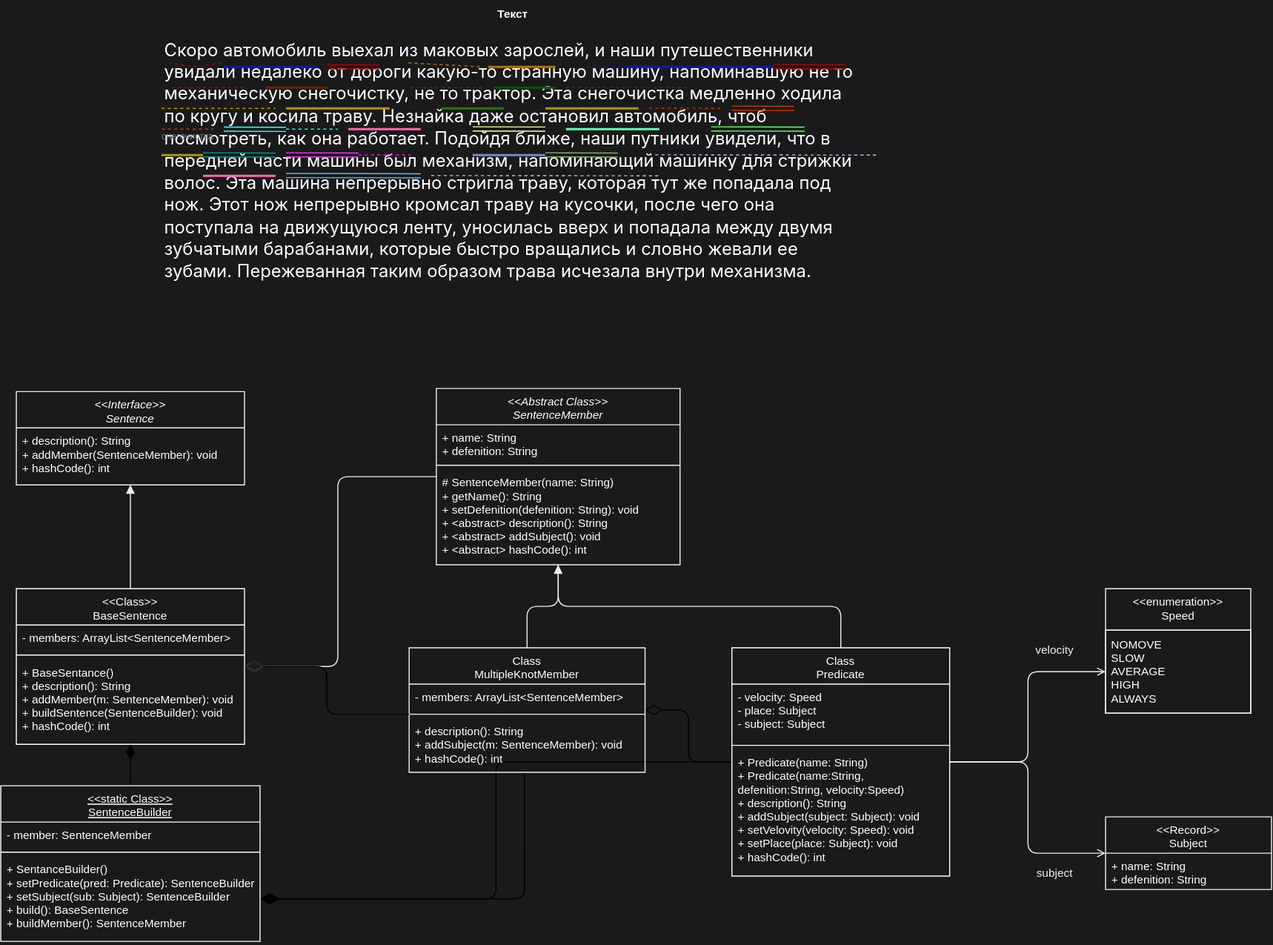
The draw.io diagram Programming/Lab3/scheme/Scheme.svg in Dmitrylesnoy/ITMO-study-labs, before a commit. Source tidied: cells renumbered, new cells last; positions are measured from the earlier drawing's top-left corner, leaving out a move shared by most shapes.
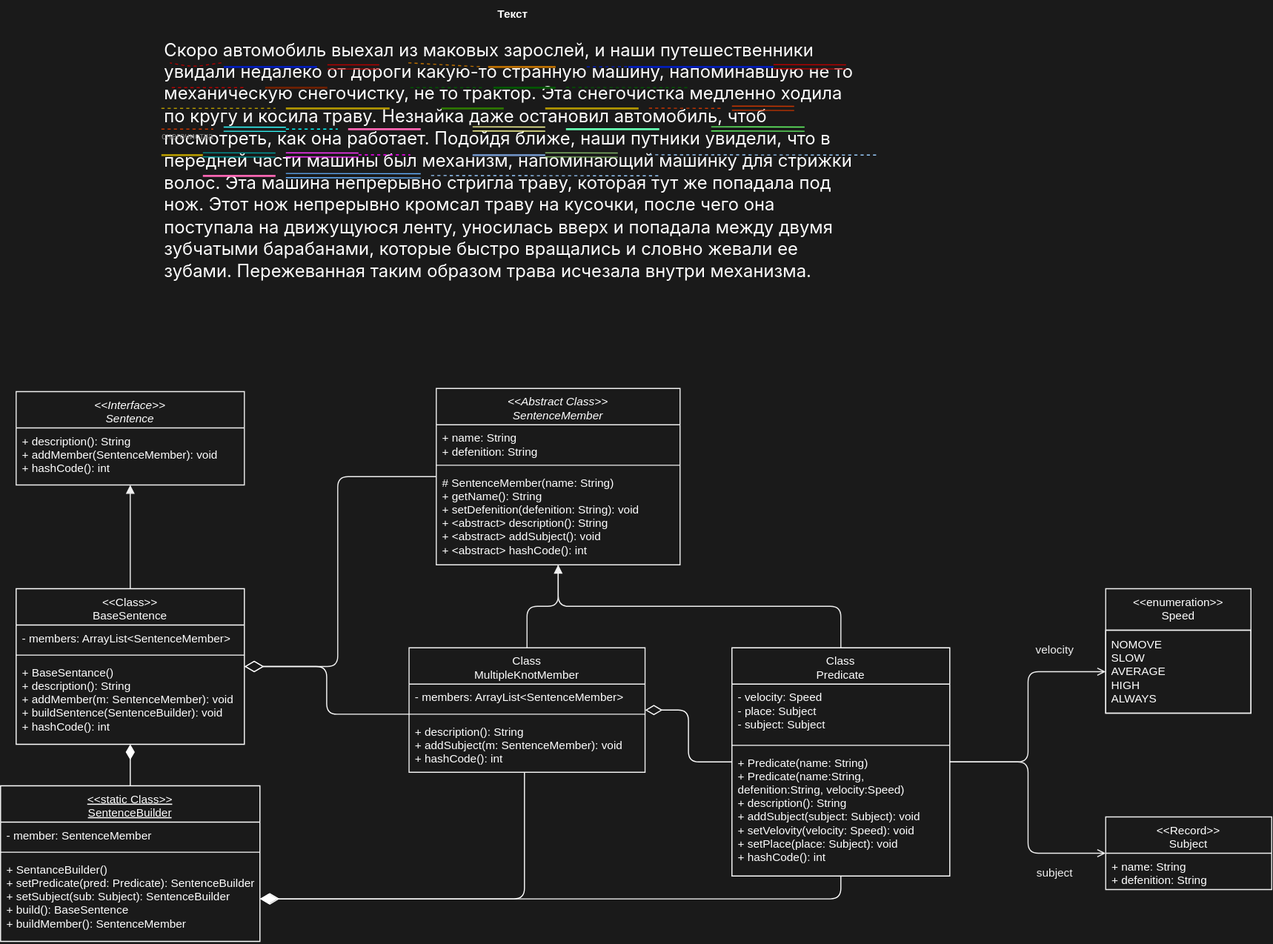
The same diagram one commit later.

Diff of the diagram source:
```diff
@@ -208,11 +208,15 @@
         <mxPoint x="22" y="19" as="offset" />
       </mxGeometry>
     </mxCell>
-    <mxCell id="48" style="edgeStyle=orthogonalEdgeStyle;html=1;endArrow=diamondThin;endFill=0;jumpSize=10;endSize=14;" parent="1" edge="1" source="50" target="69">
+    <mxCell id="48" style="edgeStyle=orthogonalEdgeStyle;html=1;endArrow=diamondThin;endFill=0;jumpSize=10;endSize=14;strokeColor=#FFFFFF;" parent="1" edge="1" source="50" target="69">
       <mxGeometry relative="1" as="geometry" />
     </mxCell>
-    <mxCell id="49" style="edgeStyle=orthogonalEdgeStyle;jumpSize=10;html=1;endArrow=diamondThin;endFill=0;startSize=16;endSize=16;" parent="1" edge="1" source="50" target="77">
-      <mxGeometry relative="1" as="geometry" />
+    <mxCell id="49" style="edgeStyle=orthogonalEdgeStyle;jumpSize=10;html=1;endArrow=diamondThin;endFill=0;startSize=16;endSize=16;strokeColor=#FFFFFF;" parent="1" edge="1" source="50" target="77">
+      <mxGeometry relative="1" as="geometry">
+        <Array as="points">
+          <mxPoint x="810" y="856" />
+        </Array>
+      </mxGeometry>
     </mxCell>
     <mxCell id="50" value="Class&#10;Predicate" style="swimlane;fontStyle=0;align=center;verticalAlign=top;horizontal=1;startSize=35;rounded=0;shadow=0;glass=0;labelBackgroundColor=none;strokeColor=#FFFFFF;fontSize=11;fontColor=#FFFFFF;fillColor=none;gradientColor=none;" parent="1" vertex="1">
       <mxGeometry x="705" y="614" width="210" height="220" as="geometry" />
@@ -277,7 +281,7 @@
     <mxCell id="67" value="+ BaseSentance()&#10;+ description(): String&#10;+ addMember(m: SentenceMember): void&#10;+ buildSentence(SentenceBuilder): void&#10;+ hashCode(): int" style="text;strokeColor=none;fillColor=none;align=left;verticalAlign=top;spacingLeft=4;spacingRight=4;overflow=hidden;rounded=0;shadow=0;glass=0;labelBackgroundColor=none;fontSize=11;fontColor=#FFFFFF;" parent="64" vertex="1">
       <mxGeometry y="68" width="220" height="82" as="geometry" />
     </mxCell>
-    <mxCell id="68" style="edgeStyle=orthogonalEdgeStyle;jumpSize=10;html=1;endArrow=diamondThin;endFill=1;endSize=14;exitX=0.489;exitY=1;exitDx=0;exitDy=0;exitPerimeter=0;" parent="1" edge="1" source="72" target="77">
+    <mxCell id="68" style="edgeStyle=orthogonalEdgeStyle;jumpSize=10;html=1;endArrow=diamondThin;endFill=1;endSize=14;exitX=0.489;exitY=1;exitDx=0;exitDy=0;exitPerimeter=0;strokeColor=#FFFFFF;" parent="1" edge="1" source="72" target="77">
       <mxGeometry relative="1" as="geometry" />
     </mxCell>
     <mxCell id="69" value="Class&#10;MultipleKnotMember" style="swimlane;fontStyle=0;align=center;verticalAlign=top;horizontal=1;startSize=35;rounded=0;shadow=0;glass=0;labelBackgroundColor=none;strokeColor=#F0F0F0;fontSize=11;fontColor=#FFFFFF;fillColor=none;gradientColor=none;" parent="1" vertex="1">
@@ -292,7 +296,7 @@
     <mxCell id="72" value="+ description(): String&#10;+ addSubject(m: SentenceMember): void&#10;+ hashCode(): int" style="text;strokeColor=none;fillColor=none;align=left;verticalAlign=top;spacingLeft=4;spacingRight=4;overflow=hidden;points=[[0,0.5],[1,0.5]];portConstraint=eastwest;rounded=0;shadow=0;glass=0;labelBackgroundColor=none;fontSize=11;fontColor=#FFFFFF;" parent="69" vertex="1">
       <mxGeometry y="68" width="227.5" height="52" as="geometry" />
     </mxCell>
-    <mxCell id="73" style="edgeStyle=none;html=1;endArrow=diamondThin;endFill=1;jumpSize=7;endSize=12;" parent="1" edge="1" source="74" target="64">
+    <mxCell id="73" style="edgeStyle=none;html=1;endArrow=diamondThin;endFill=1;jumpSize=7;endSize=12;strokeColor=#FFFFFF;" parent="1" edge="1" source="74" target="64">
       <mxGeometry relative="1" as="geometry" />
     </mxCell>
     <mxCell id="74" value="&lt;&lt;static Class&gt;&gt;&#10;SentenceBuilder" style="swimlane;fontStyle=4;align=center;verticalAlign=top;horizontal=1;startSize=35;rounded=0;shadow=0;glass=0;labelBackgroundColor=none;strokeColor=#FFFFFF;fontSize=11;fontColor=#FFFFFF;fillColor=none;gradientColor=none;" parent="1" vertex="1">
@@ -307,7 +311,7 @@
     <mxCell id="77" value="+ SentanceBuilder()&#10;+ setPredicate(pred: Predicate): SentenceBuilder&#10;+ setSubject(sub: Subject): SentenceBuilder&#10;+ build(): BaseSentence&#10;+ buildMember(): SentenceMember&#10;" style="text;strokeColor=none;fillColor=none;align=left;verticalAlign=top;spacingLeft=4;spacingRight=4;overflow=hidden;points=[[0,0.5],[1,0.5]];portConstraint=eastwest;rounded=0;shadow=0;glass=0;labelBackgroundColor=none;fontSize=11;fontColor=#FFFFFF;" parent="74" vertex="1">
       <mxGeometry y="68" width="250" height="82" as="geometry" />
     </mxCell>
-    <mxCell id="78" style="edgeStyle=orthogonalEdgeStyle;jumpSize=10;html=1;endArrow=diamondThin;endFill=0;endSize=16;startSize=16;" parent="1" edge="1" source="71" target="64">
+    <mxCell id="78" style="edgeStyle=orthogonalEdgeStyle;jumpSize=10;html=1;endArrow=diamondThin;endFill=0;endSize=16;startSize=16;strokeColor=#FFFFFF;" parent="1" edge="1" source="71" target="64">
       <mxGeometry relative="1" as="geometry" />
     </mxCell>
   </root>
```
